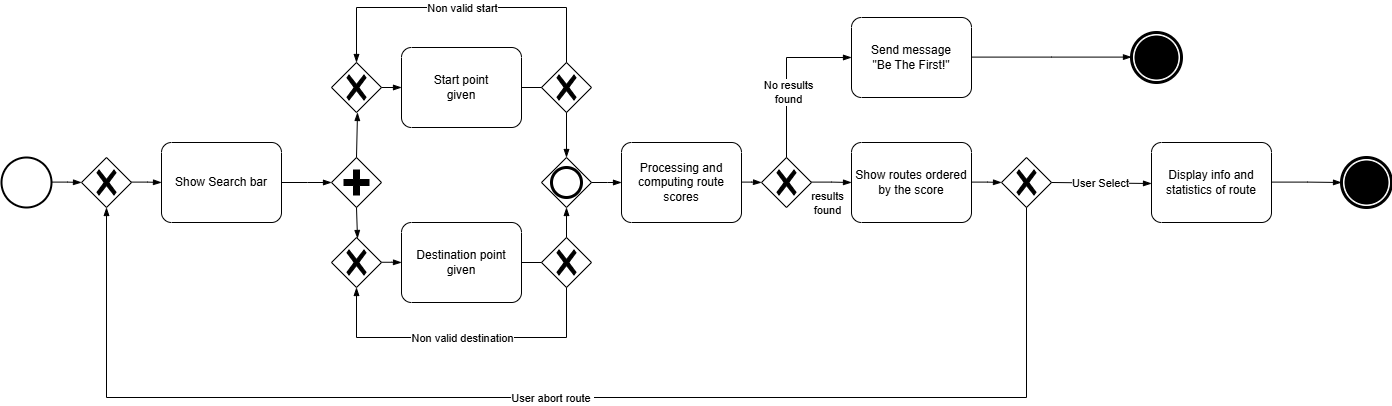
Above: RASD/LaTeXCode/images/StateDiagrams/SearchAndDisplay.drawio.png in jacopobellosi/Bellosi-Montanelli-Tempobono (draw.io), before the change. Source tidied: cells renumbered, new cells last; positions are measured from the earlier drawing's top-left corner, leaving out a move shared by most shapes.
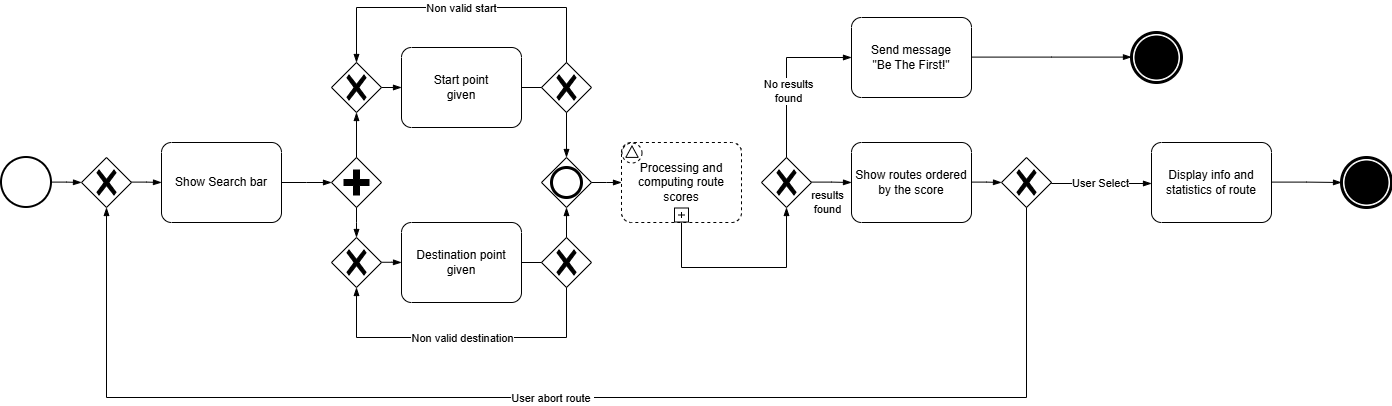
Later version of the same file.

The edit, as a diff of the source:
```diff
@@ -56,9 +56,6 @@
         <mxPoint x="620" y="175" as="targetPoint" />
       </mxGeometry>
     </mxCell>
-    <mxCell id="14" value="Processing and computing route scores" style="points=[[0.25,0,0],[0.5,0,0],[0.75,0,0],[1,0.25,0],[1,0.5,0],[1,0.75,0],[0.75,1,0],[0.5,1,0],[0.25,1,0],[0,0.75,0],[0,0.5,0],[0,0.25,0]];shape=mxgraph.bpmn.task2;whiteSpace=wrap;rectStyle=rounded;size=10;html=1;taskMarker=abstract;" parent="1" vertex="1">
-      <mxGeometry x="620" y="135" width="120" height="80" as="geometry" />
-    </mxCell>
     <mxCell id="15" style="points=[[0.25,0.25,0],[0.5,0,0],[0.75,0.25,0],[1,0.5,0],[0.75,0.75,0],[0.5,1,0],[0.25,0.75,0],[0,0.5,0]];shape=mxgraph.bpmn.gateway2;html=1;verticalLabelPosition=bottom;labelBackgroundColor=#ffffff;verticalAlign=top;align=center;perimeter=rhombusPerimeter;outlineConnect=0;outline=none;symbol=none;gwType=exclusive;" parent="1" vertex="1">
       <mxGeometry x="540" y="230" width="50" height="50" as="geometry" />
     </mxCell>
@@ -115,11 +112,6 @@
         <mxPoint x="7" y="19" as="offset" />
       </mxGeometry>
     </mxCell>
-    <mxCell id="28" style="edgeStyle=elbowEdgeStyle;fontSize=12;html=1;endArrow=blockThin;endFill=1;rounded=0;entryX=0;entryY=0.5;entryDx=0;entryDy=0;entryPerimeter=0;" parent="25" edge="1" target="40">
-      <mxGeometry relative="1" as="geometry">
-        <mxPoint x="-110" y="39.6" as="sourcePoint" />
-      </mxGeometry>
-    </mxCell>
     <mxCell id="29" style="points=[[0.25,0.25,0],[0.5,0,0],[0.75,0.25,0],[1,0.5,0],[0.75,0.75,0],[0.5,1,0],[0.25,0.75,0],[0,0.5,0]];shape=mxgraph.bpmn.gateway2;html=1;verticalLabelPosition=bottom;labelBackgroundColor=#ffffff;verticalAlign=top;align=center;perimeter=rhombusPerimeter;outlineConnect=0;outline=none;symbol=none;gwType=exclusive;" parent="1" vertex="1">
       <mxGeometry x="1000" y="150" width="50" height="50" as="geometry" />
     </mxCell>
@@ -202,5 +194,15 @@
     <mxCell id="46" style="shape=mxgraph.bpmn.event;html=1;verticalLabelPosition=bottom;labelBackgroundColor=#ffffff;verticalAlign=top;align=center;perimeter=ellipsePerimeter;outline=end;symbol=terminate;" parent="1" vertex="1">
       <mxGeometry x="1130" y="25" width="50" height="50" as="geometry" />
     </mxCell>
+    <mxCell id="14" value="Processing and computing route scores" style="points=[[0.25,0,0],[0.5,0,0],[0.75,0,0],[1,0.25,0],[1,0.5,0],[1,0.75,0],[0.75,1,0],[0.5,1,0],[0.25,1,0],[0,0.75,0],[0,0.5,0],[0,0.25,0]];shape=mxgraph.bpmn.task2;whiteSpace=wrap;rectStyle=rounded;size=10;html=1;taskMarker=abstract;bpmnShapeType=subprocess;isLoopSub=1;outline=eventNonint;symbol=signal;" parent="1" vertex="1">
+      <mxGeometry x="620" y="135" width="120" height="80" as="geometry" />
+    </mxCell>
+    <mxCell id="47" style="edgeStyle=elbowEdgeStyle;fontSize=12;html=1;endArrow=blockThin;endFill=1;rounded=0;exitX=0.5;exitY=1;exitDx=0;exitDy=0;exitPerimeter=0;entryX=0.5;entryY=1;entryDx=0;entryDy=0;entryPerimeter=0;" parent="1" edge="1" source="14" target="40">
+      <mxGeometry relative="1" as="geometry">
+        <Array as="points">
+          <mxPoint x="740" y="260" />
+        </Array>
+      </mxGeometry>
+    </mxCell>
   </root>
 </mxGraphModel>
```
